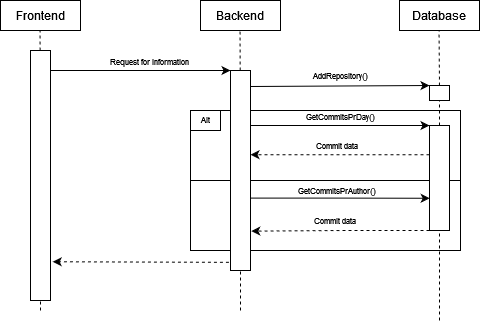
MegetSkuffet/BDSA-project keeps this draw.io diagram as docs/diagrams/Sequence_back_to_front.drawio.png. Above is the earlier version. Source tidied: cells renumbered, new cells last; positions are measured from the earlier drawing's top-left corner, leaving out a move shared by most shapes.
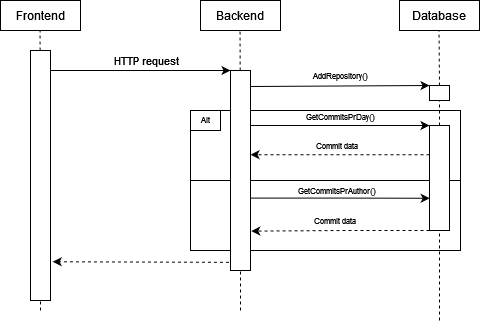
Later version of the same file.

Commit message:
Updated sequence diagram

Diff of the diagram source:
```diff
@@ -59,8 +59,8 @@
         <mxPoint x="50" y="70" as="sourcePoint" />
       </mxGeometry>
     </mxCell>
-    <mxCell id="17" value="&lt;font style=&quot;font-size: 8px;&quot;&gt;Request for information&lt;/font&gt;" style="text;html=1;strokeColor=none;fillColor=none;align=center;verticalAlign=middle;whiteSpace=wrap;rounded=0;" parent="1" vertex="1">
-      <mxGeometry x="104" y="45" width="90" height="30" as="geometry" />
+    <mxCell id="17" value="&lt;font style=&quot;font-size: 11px;&quot;&gt;HTTP request&lt;/font&gt;" style="text;html=1;strokeColor=none;fillColor=none;align=center;verticalAlign=middle;whiteSpace=wrap;rounded=0;" parent="1" vertex="1">
+      <mxGeometry x="101" y="45" width="90" height="30" as="geometry" />
     </mxCell>
     <mxCell id="18" style="endArrow=classic;html=1;rounded=0;entryX=0;entryY=0;entryDx=0;entryDy=0;" parent="1" edge="1" target="14">
       <mxGeometry relative="1" as="geometry">
```
